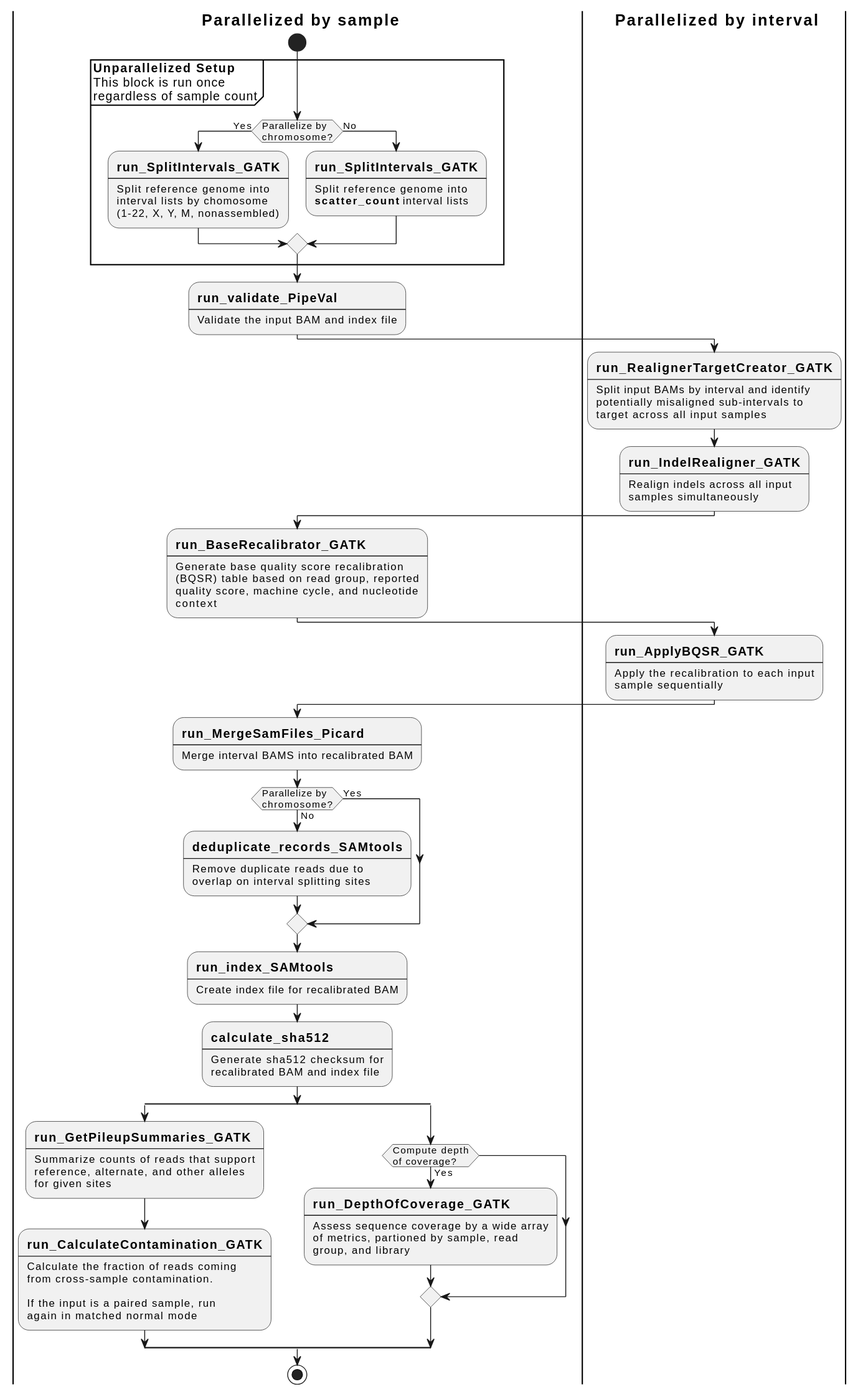
uclahs-cds/pipeline-recalibrate-BAM keeps this PlantUML diagram as docs/recalibrate-bam-flow.svg. Above is the earlier version. Its diagram source:
```plantuml
@startuml

skinparam SwimlaneTitleFontStyle bold


|s| Parallelized by sample
|i| Parallelized by interval


|s|

start

partition "**Unparallelized Setup**\nThis block is run once\nregardless of sample count" {
    if (Parallelize by\nchromosome?) is (Yes) then
        :==run_SplitIntervals_GATK
        ----
        Split reference genome into
        interval lists by chomosome
        (1-22, X, Y, M, nonassembled);
    else (No)
        :==run_SplitIntervals_GATK
        ----
        Split reference genome into
        **scatter_count** interval lists;
    endif
}

:==run_validate_PipeVal
----
Validate the input BAM and index file;


|i|

:==run_RealignerTargetCreator_GATK
----
Split input BAMs by interval and identify
potentially misaligned sub-intervals to
target across all input samples;

:==run_IndelRealigner_GATK
----
Realign indels across all input
samples simultaneously;

|s|

:==run_BaseRecalibrator_GATK
----
Generate base quality score recalibration
(BQSR) table based on read group, reported
quality score, machine cycle, and nucleotide
context;

|i|

:==run_ApplyBQSR_GATK
----
Apply the recalibration to each input
sample sequentially;

|s|

:==run_MergeSamFiles_Picard
----
Merge interval BAMS into recalibrated BAM;

if (Parallelize by\nchromosome?) is (No) then
    :==deduplicate_records_SAMtools
    ----
    Remove duplicate reads due to
    overlap on interval splitting sites;
else (Yes)
endif

:==run_index_SAMtools
----
Create index file for recalibrated BAM;

:==calculate_sha512
----
Generate sha512 checksum for
recalibrated BAM and index file;

split
    :==run_GetPileupSummaries_GATK
    ----
    Summarize counts of reads that support
    reference, alternate, and other alleles
    for given sites;

    :==run_CalculateContamination_GATK
    ----
    Calculate the fraction of reads coming
    from cross-sample contamination.

    If the input is a paired sample, run
    again in matched normal mode;
split again
    if (Compute depth\nof coverage?) is (Yes) then
        :==run_DepthOfCoverage_GATK
        ----
        Assess sequence coverage by a wide array
        of metrics, partioned by sample, read
        group, and library;
    endif
end split

stop


@enduml
```
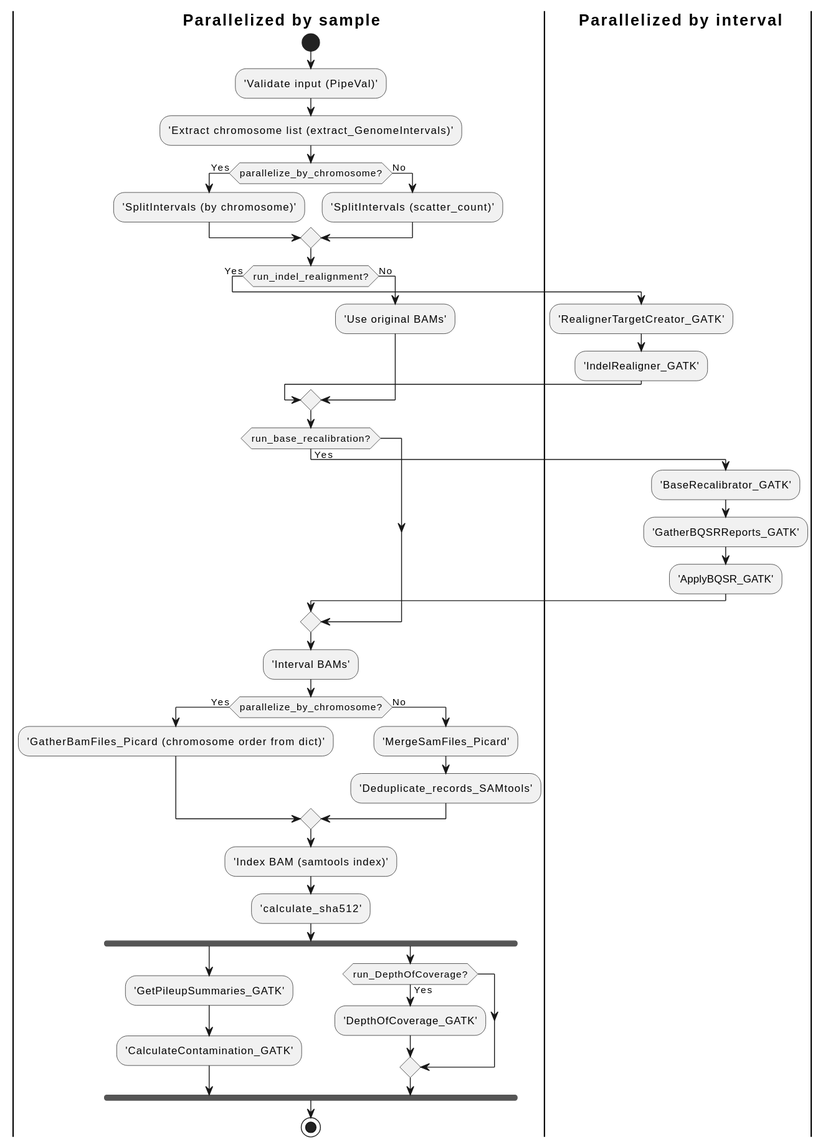
After the change.

The edit, as a diff of the source:
```diff
@@ -1,113 +1,60 @@
 @startuml
-
 skinparam SwimlaneTitleFontStyle bold
-
 
 |s| Parallelized by sample
 |i| Parallelized by interval
 
-
 |s|
-
 start
 
-partition "**Unparallelized Setup**\nThis block is run once\nregardless of sample count" {
-    if (Parallelize by\nchromosome?) is (Yes) then
-        :==run_SplitIntervals_GATK
-        ----
-        Split reference genome into
-        interval lists by chomosome
-        (1-22, X, Y, M, nonassembled);
-    else (No)
-        :==run_SplitIntervals_GATK
-        ----
-        Split reference genome into
-        **scatter_count** interval lists;
-    endif
-}
+:'Validate input (PipeVal)';
 
-:==run_validate_PipeVal
-----
-Validate the input BAM and index file;
+:'Extract chromosome list (extract_GenomeIntervals)';
 
-
-|i|
-
-:==run_RealignerTargetCreator_GATK
-----
-Split input BAMs by interval and identify
-potentially misaligned sub-intervals to
-target across all input samples;
-
-:==run_IndelRealigner_GATK
-----
-Realign indels across all input
-samples simultaneously;
-
-|s|
-
-:==run_BaseRecalibrator_GATK
-----
-Generate base quality score recalibration
-(BQSR) table based on read group, reported
-quality score, machine cycle, and nucleotide
-context;
-
-|i|
-
-:==run_ApplyBQSR_GATK
-----
-Apply the recalibration to each input
-sample sequentially;
-
-|s|
-
-:==run_MergeSamFiles_Picard
-----
-Merge interval BAMS into recalibrated BAM;
-
-if (Parallelize by\nchromosome?) is (No) then
-    :==deduplicate_records_SAMtools
-    ----
-    Remove duplicate reads due to
-    overlap on interval splitting sites;
-else (Yes)
+if (parallelize_by_chromosome?) then (Yes)
+    :'SplitIntervals (by chromosome)';
+else (No)
+    :'SplitIntervals (scatter_count)';
 endif
 
-:==run_index_SAMtools
-----
-Create index file for recalibrated BAM;
+if (run_indel_realignment?) then (Yes)
+    |i|
+    :'RealignerTargetCreator_GATK';
+    :'IndelRealigner_GATK';
+    |s|
+else (No)
+    :'Use original BAMs';
+endif
 
-:==calculate_sha512
-----
-Generate sha512 checksum for
-recalibrated BAM and index file;
+if (run_base_recalibration?) then (Yes)
+    |i|
+    :'BaseRecalibrator_GATK';
+    :'GatherBQSRReports_GATK';
+    :'ApplyBQSR_GATK';
+    |s|
+endif
 
-split
-    :==run_GetPileupSummaries_GATK
-    ----
-    Summarize counts of reads that support
-    reference, alternate, and other alleles
-    for given sites;
+:'Interval BAMs';
 
-    :==run_CalculateContamination_GATK
-    ----
-    Calculate the fraction of reads coming
-    from cross-sample contamination.
+if (parallelize_by_chromosome?) then (Yes)
+    :'GatherBamFiles_Picard (chromosome order from dict)';
+else (No)
+    :'MergeSamFiles_Picard';
+    :'Deduplicate_records_SAMtools';
+endif
 
-    If the input is a paired sample, run
-    again in matched normal mode;
-split again
-    if (Compute depth\nof coverage?) is (Yes) then
-        :==run_DepthOfCoverage_GATK
-        ----
-        Assess sequence coverage by a wide array
-        of metrics, partioned by sample, read
-        group, and library;
+:'Index BAM (samtools index)';
+
+:'calculate_sha512';
+
+fork
+    :'GetPileupSummaries_GATK';
+    :'CalculateContamination_GATK';
+fork again
+    if (run_DepthOfCoverage?) then (Yes)
+        :'DepthOfCoverage_GATK';
     endif
-end split
+end fork
 
 stop
-
-
 @enduml
```
